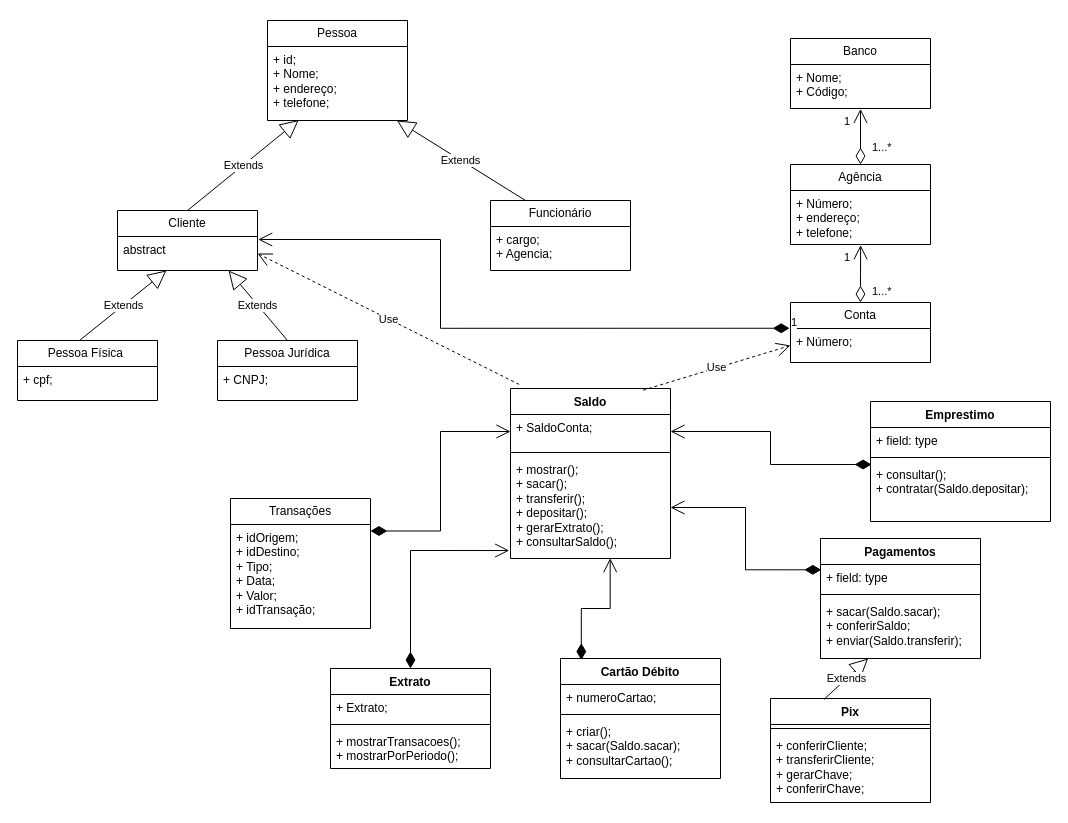
This is Scape-Bank-2.drawio from arianamesquita/scape-bank-2.0, a draw.io file, before an edit. Source tidied: cells renumbered, new cells numbered last; positions are measured from the earlier drawing's top-left corner, leaving out a move shared by most shapes. Both pictures are drawn from the tidied source at 100%, with x=0, y=0 at pixel (17, 20).
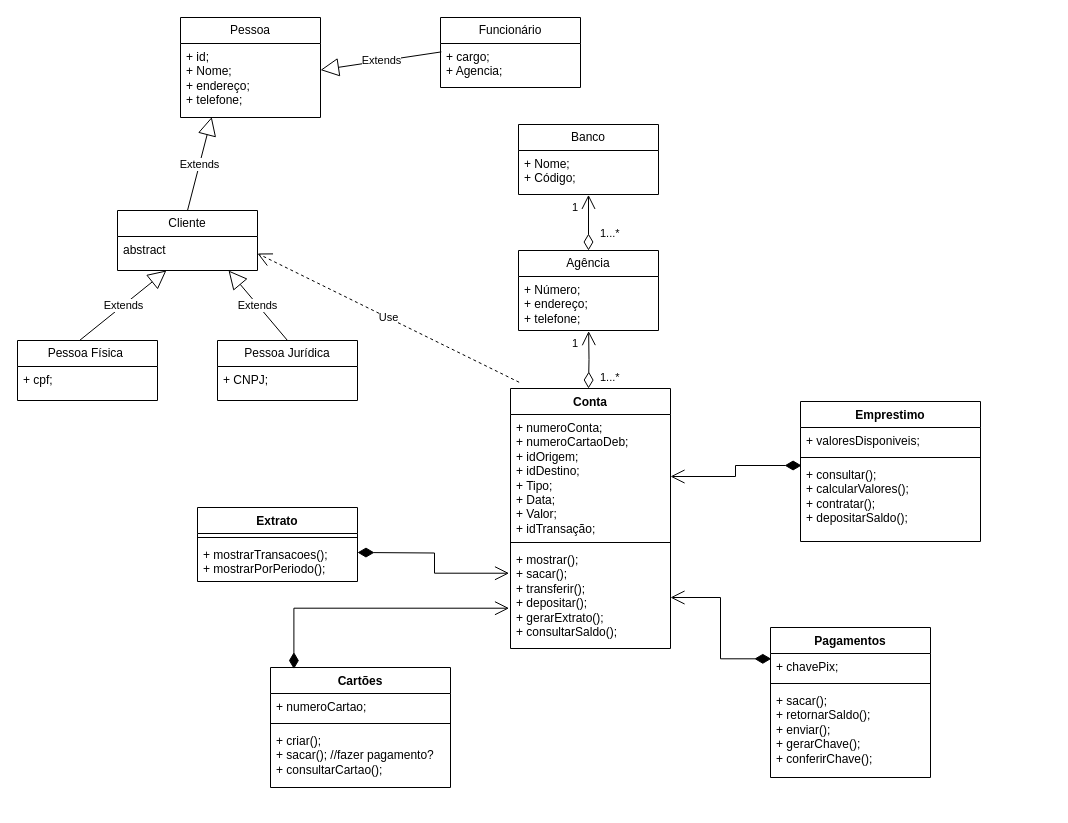
The same page after the edit.

Unchanged cells that the change refers to:
```xml
<mxCell id="3" value="+ id;&lt;br&gt;+ Nome;&lt;br&gt;+ endereço;&lt;br&gt;+ telefone;" style="text;strokeColor=none;fillColor=none;align=left;verticalAlign=top;spacingLeft=4;spacingRight=4;overflow=hidden;points=[[0,0.5],[1,0.5]];portConstraint=eastwest;whiteSpace=wrap;html=1;" parent="2" vertex="1">
  <mxGeometry y="26" width="140" height="74" as="geometry" />
</mxCell>
<mxCell id="5" value="abstract" style="text;strokeColor=none;fillColor=none;align=left;verticalAlign=top;spacingLeft=4;spacingRight=4;overflow=hidden;points=[[0,0.5],[1,0.5]];portConstraint=eastwest;whiteSpace=wrap;html=1;" parent="4" vertex="1">
  <mxGeometry y="26" width="140" height="34" as="geometry" />
</mxCell>
<mxCell id="11" value="+ cargo;&lt;br&gt;+ Agencia;" style="text;strokeColor=none;fillColor=none;align=left;verticalAlign=top;spacingLeft=4;spacingRight=4;overflow=hidden;points=[[0,0.5],[1,0.5]];portConstraint=eastwest;whiteSpace=wrap;html=1;" parent="10" vertex="1">
  <mxGeometry y="26" width="140" height="44" as="geometry" />
</mxCell>
<mxCell id="15" value="+ Número;&lt;br&gt;+ endereço;&lt;br&gt;+ telefone;" style="text;strokeColor=none;fillColor=none;align=left;verticalAlign=top;spacingLeft=4;spacingRight=4;overflow=hidden;points=[[0,0.5],[1,0.5]];portConstraint=eastwest;whiteSpace=wrap;html=1;" parent="14" vertex="1">
  <mxGeometry y="26" width="140" height="54" as="geometry" />
</mxCell>
```

What changed in the source:
```diff
@@
     <mxCell id="2" value="Pessoa" style="swimlane;fontStyle=0;horizontal=1;startSize=26;fillColor=none;whiteSpace=wrap;html=1;" parent="1" vertex="1">
-      <mxGeometry x="250" width="140" height="100" as="geometry" />
+      <mxGeometry x="163" y="-3" width="140" height="100" as="geometry" />
     </mxCell>
@@
     <mxCell id="10" value="Funcionário" style="swimlane;fontStyle=0;horizontal=1;startSize=26;fillColor=none;whiteSpace=wrap;html=1;" parent="1" vertex="1">
-      <mxGeometry x="473" y="180" width="140" height="70" as="geometry" />
+      <mxGeometry x="423" y="-3" width="140" height="70" as="geometry" />
     </mxCell>
@@
     <mxCell id="12" value="Banco" style="swimlane;fontStyle=0;horizontal=1;startSize=26;fillColor=none;whiteSpace=wrap;html=1;" parent="1" vertex="1">
-      <mxGeometry x="773" y="18" width="140" height="70" as="geometry" />
+      <mxGeometry x="501" y="104" width="140" height="70" as="geometry" />
     </mxCell>
@@
     <mxCell id="14" value="Agência" style="swimlane;fontStyle=0;horizontal=1;startSize=26;fillColor=none;whiteSpace=wrap;html=1;" parent="1" vertex="1">
-      <mxGeometry x="773" y="144" width="140" height="80" as="geometry" />
+      <mxGeometry x="501" y="230" width="140" height="80" as="geometry" />
     </mxCell>
@@
-    <mxCell id="16" value="Conta" style="swimlane;fontStyle=0;horizontal=1;startSize=26;fillColor=none;whiteSpace=wrap;html=1;" parent="1" vertex="1">
-      <mxGeometry x="773" y="282" width="140" height="60" as="geometry" />
-    </mxCell>
-    <mxCell id="17" value="+ Número;" style="text;strokeColor=none;fillColor=none;align=left;verticalAlign=top;spacingLeft=4;spacingRight=4;overflow=hidden;points=[[0,0.5],[1,0.5]];portConstraint=eastwest;whiteSpace=wrap;html=1;" parent="16" vertex="1">
-      <mxGeometry y="26" width="140" height="34" as="geometry" />
-    </mxCell>
-    <mxCell id="18" value="Transações" style="swimlane;fontStyle=0;horizontal=1;startSize=26;fillColor=none;whiteSpace=wrap;html=1;" parent="1" vertex="1">
-      <mxGeometry x="213" y="478" width="140" height="130" as="geometry" />
-    </mxCell>
-    <mxCell id="19" value="+ idOrigem;&lt;br&gt;+ idDestino;&lt;br&gt;+ Tipo;&lt;br&gt;+ Data;&lt;br&gt;+ Valor;&lt;br&gt;+ idTransação;" style="text;strokeColor=none;fillColor=none;align=left;verticalAlign=top;spacingLeft=4;spacingRight=4;overflow=hidden;whiteSpace=wrap;html=1;" parent="18" vertex="1">
-      <mxGeometry y="26" width="140" height="104" as="geometry" />
-    </mxCell>
@@
-    <mxCell id="23" value="Extends" style="endArrow=block;endSize=16;endFill=0;html=1;rounded=0;exitX=0.25;exitY=0;exitDx=0;exitDy=0;" parent="1" edge="1" source="10" target="3">
+    <mxCell id="23" value="Extends" style="endArrow=block;endSize=16;endFill=0;html=1;rounded=0;exitX=0.006;exitY=0.191;exitDx=0;exitDy=0;exitPerimeter=0;" parent="1" edge="1" source="11" target="3">
       <mxGeometry relative="1" as="geometry" />
     </mxCell>
@@
-    <mxCell id="27" style="endArrow=open;html=1;endSize=12;startArrow=diamondThin;startSize=14;startFill=0;edgeStyle=orthogonalEdgeStyle;rounded=0;exitX=0.5;exitY=0;exitDx=0;exitDy=0;entryX=0.501;entryY=1.011;entryDx=0;entryDy=0;entryPerimeter=0;" parent="1" edge="1" source="16" target="15">
-      <mxGeometry relative="1" as="geometry" />
+    <mxCell id="27" style="endArrow=open;html=1;endSize=12;startArrow=diamondThin;startSize=14;startFill=0;edgeStyle=orthogonalEdgeStyle;rounded=0;exitX=0.5;exitY=0;exitDx=0;exitDy=0;entryX=0.501;entryY=1.011;entryDx=0;entryDy=0;entryPerimeter=0;" parent="1" edge="1" target="15">
+      <mxGeometry relative="1" as="geometry">
+        <mxPoint x="571" y="368" as="sourcePoint" />
+      </mxGeometry>
     </mxCell>
@@
     <mxCell id="30" value="Extrato" style="swimlane;fontStyle=1;align=center;verticalAlign=top;horizontal=1;startSize=26;whiteSpace=wrap;html=1;" parent="1" vertex="1">
-      <mxGeometry x="313" y="648" width="160" height="100" as="geometry" />
+      <mxGeometry x="180" y="487" width="160" height="74" as="geometry" />
     </mxCell>
-    <mxCell id="31" value="+ Extrato;" style="text;strokeColor=none;fillColor=none;align=left;verticalAlign=top;spacingLeft=4;spacingRight=4;overflow=hidden;whiteSpace=wrap;html=1;" parent="30" vertex="1">
-      <mxGeometry y="26" width="160" height="26" as="geometry" />
-    </mxCell>
     <mxCell id="32" style="line;strokeWidth=1;fillColor=none;align=left;verticalAlign=middle;spacingTop=-1;spacingLeft=3;spacingRight=3;labelPosition=right;strokeColor=inherit;" parent="30" vertex="1">
-      <mxGeometry y="52" width="160" height="8" as="geometry" />
+      <mxGeometry y="26" width="160" height="8" as="geometry" />
     </mxCell>
     <mxCell id="33" value="+ mostrarTransacoes();&lt;br&gt;+ mostrarPorPeriodo();" style="text;strokeColor=none;fillColor=none;align=left;verticalAlign=top;spacingLeft=4;spacingRight=4;overflow=hidden;whiteSpace=wrap;html=1;" parent="30" vertex="1">
-      <mxGeometry y="60" width="160" height="40" as="geometry" />
+      <mxGeometry y="34" width="160" height="40" as="geometry" />
     </mxCell>
-    <mxCell id="34" value="Pix" style="swimlane;fontStyle=1;align=center;verticalAlign=top;horizontal=1;startSize=26;whiteSpace=wrap;html=1;" parent="1" vertex="1">
-      <mxGeometry x="753" y="678" width="160" height="104" as="geometry" />
-    </mxCell>
-    <mxCell id="35" style="line;strokeWidth=1;fillColor=none;align=left;verticalAlign=middle;spacingTop=-1;spacingLeft=3;spacingRight=3;labelPosition=right;strokeColor=inherit;" parent="34" vertex="1">
-      <mxGeometry y="26" width="160" height="8" as="geometry" />
-    </mxCell>
-    <mxCell id="36" value="+ conferirCliente;&lt;br&gt;+ transferirCliente;&lt;br&gt;+ gerarChave;&lt;br&gt;+ conferirChave;" style="text;strokeColor=none;fillColor=none;align=left;verticalAlign=top;spacingLeft=4;spacingRight=4;overflow=hidden;whiteSpace=wrap;html=1;" parent="34" vertex="1">
-      <mxGeometry y="34" width="160" height="70" as="geometry" />
-    </mxCell>
     <mxCell id="37" value="Emprestimo" style="swimlane;fontStyle=1;align=center;verticalAlign=top;horizontal=1;startSize=26;whiteSpace=wrap;html=1;" parent="1" vertex="1">
-      <mxGeometry x="853" y="381" width="180" height="120" as="geometry" />
+      <mxGeometry x="783" y="381" width="180" height="140" as="geometry" />
     </mxCell>
-    <mxCell id="38" value="+ field: type" style="text;strokeColor=none;fillColor=none;align=left;verticalAlign=top;spacingLeft=4;spacingRight=4;overflow=hidden;whiteSpace=wrap;html=1;" parent="37" vertex="1">
+    <mxCell id="38" value="+ valoresDisponiveis;" style="text;strokeColor=none;fillColor=none;align=left;verticalAlign=top;spacingLeft=4;spacingRight=4;overflow=hidden;whiteSpace=wrap;html=1;" parent="37" vertex="1">
       <mxGeometry y="26" width="180" height="26" as="geometry" />
     </mxCell>
@@
-    <mxCell id="40" value="+ consultar();&lt;br&gt;+ contratar(Saldo.depositar);" style="text;strokeColor=none;fillColor=none;align=left;verticalAlign=top;spacingLeft=4;spacingRight=4;overflow=hidden;points=[[0,0.5],[1,0.5]];portConstraint=eastwest;whiteSpace=wrap;html=1;" parent="37" vertex="1">
-      <mxGeometry y="60" width="180" height="60" as="geometry" />
+    <mxCell id="40" value="+ consultar();&lt;br&gt;+ calcularValores();&lt;br&gt;+ contratar();&lt;br&gt;+ depositarSaldo();" style="text;strokeColor=none;fillColor=none;align=left;verticalAlign=top;spacingLeft=4;spacingRight=4;overflow=hidden;points=[[0,0.5],[1,0.5]];portConstraint=eastwest;whiteSpace=wrap;html=1;" parent="37" vertex="1">
+      <mxGeometry y="60" width="180" height="80" as="geometry" />
     </mxCell>
     <mxCell id="41" value="Pagamentos" style="swimlane;fontStyle=1;align=center;verticalAlign=top;horizontal=1;startSize=26;whiteSpace=wrap;html=1;" parent="1" vertex="1">
-      <mxGeometry x="803" y="518" width="160" height="120" as="geometry" />
+      <mxGeometry x="753" y="607" width="160" height="150" as="geometry" />
     </mxCell>
-    <mxCell id="42" value="+ field: type" style="text;strokeColor=none;fillColor=none;align=left;verticalAlign=top;spacingLeft=4;spacingRight=4;overflow=hidden;points=[[0,0.5],[1,0.5]];portConstraint=eastwest;whiteSpace=wrap;html=1;" parent="41" vertex="1">
+    <mxCell id="42" value="+ chavePix;" style="text;strokeColor=none;fillColor=none;align=left;verticalAlign=top;spacingLeft=4;spacingRight=4;overflow=hidden;points=[[0,0.5],[1,0.5]];portConstraint=eastwest;whiteSpace=wrap;html=1;" parent="41" vertex="1">
       <mxGeometry y="26" width="160" height="26" as="geometry" />
     </mxCell>
@@
-    <mxCell id="44" value="+ sacar(Saldo.sacar);&lt;br&gt;+ conferirSaldo;&lt;br style=&quot;border-color: var(--border-color);&quot;&gt;+ enviar(Saldo.transferir);" style="text;strokeColor=none;fillColor=none;align=left;verticalAlign=top;spacingLeft=4;spacingRight=4;overflow=hidden;points=[[0,0.5],[1,0.5]];portConstraint=eastwest;whiteSpace=wrap;html=1;" parent="41" vertex="1">
-      <mxGeometry y="60" width="160" height="60" as="geometry" />
+    <mxCell id="44" value="+ sacar();&lt;br&gt;+ retornarSaldo();&lt;br style=&quot;border-color: var(--border-color);&quot;&gt;+ enviar();&lt;br&gt;+ gerarChave();&lt;br&gt;+ conferirChave();" style="text;strokeColor=none;fillColor=none;align=left;verticalAlign=top;spacingLeft=4;spacingRight=4;overflow=hidden;points=[[0,0.5],[1,0.5]];portConstraint=eastwest;whiteSpace=wrap;html=1;" parent="41" vertex="1">
+      <mxGeometry y="60" width="160" height="90" as="geometry" />
     </mxCell>
-    <mxCell id="45" value="Saldo" style="swimlane;fontStyle=1;align=center;verticalAlign=top;horizontal=1;startSize=26;whiteSpace=wrap;html=1;" parent="1" vertex="1">
-      <mxGeometry x="493" y="368" width="160" height="170" as="geometry" />
+    <mxCell id="45" value="Conta" style="swimlane;fontStyle=1;align=center;verticalAlign=top;horizontal=1;startSize=26;whiteSpace=wrap;html=1;" parent="1" vertex="1">
+      <mxGeometry x="493" y="368" width="160" height="260" as="geometry" />
     </mxCell>
-    <mxCell id="46" value="+ SaldoConta;" style="text;strokeColor=none;fillColor=none;align=left;verticalAlign=top;spacingLeft=4;spacingRight=4;overflow=hidden;points=[[0,0.5],[1,0.5]];portConstraint=eastwest;whiteSpace=wrap;html=1;" parent="45" vertex="1">
-      <mxGeometry y="26" width="160" height="34" as="geometry" />
+    <mxCell id="46" value="+ numeroConta;&lt;br&gt;+ numeroCartaoDeb;&lt;br&gt;+ idOrigem;&lt;br style=&quot;border-color: var(--border-color);&quot;&gt;+ idDestino;&lt;br style=&quot;border-color: var(--border-color);&quot;&gt;+ Tipo;&lt;br style=&quot;border-color: var(--border-color);&quot;&gt;+ Data;&lt;br style=&quot;border-color: var(--border-color);&quot;&gt;+ Valor;&lt;br style=&quot;border-color: var(--border-color);&quot;&gt;+ idTransação;" style="text;strokeColor=none;fillColor=none;align=left;verticalAlign=top;spacingLeft=4;spacingRight=4;overflow=hidden;points=[[0,0.5],[1,0.5]];portConstraint=eastwest;whiteSpace=wrap;html=1;" parent="45" vertex="1">
+      <mxGeometry y="26" width="160" height="124" as="geometry" />
     </mxCell>
     <mxCell id="47" style="line;strokeWidth=1;fillColor=none;align=left;verticalAlign=middle;spacingTop=-1;spacingLeft=3;spacingRight=3;labelPosition=right;strokeColor=inherit;" parent="45" vertex="1">
-      <mxGeometry y="60" width="160" height="8" as="geometry" />
+      <mxGeometry y="150" width="160" height="8" as="geometry" />
     </mxCell>
     <mxCell id="48" value="+ mostrar();&lt;br&gt;+ sacar();&lt;br&gt;+ transferir();&lt;br&gt;+ depositar();&lt;br&gt;+ gerarExtrato();&lt;br&gt;+ consultarSaldo();" style="text;strokeColor=none;fillColor=none;align=left;verticalAlign=top;spacingLeft=4;spacingRight=4;overflow=hidden;points=[[0,0.5],[1,0.5]];portConstraint=eastwest;whiteSpace=wrap;html=1;" parent="45" vertex="1">
-      <mxGeometry y="68" width="160" height="102" as="geometry" />
+      <mxGeometry y="158" width="160" height="102" as="geometry" />
     </mxCell>
-    <mxCell id="49" value="Cartão Débito" style="swimlane;fontStyle=1;align=center;verticalAlign=top;horizontal=1;startSize=26;whiteSpace=wrap;html=1;" parent="1" vertex="1">
-      <mxGeometry x="543" y="638" width="160" height="120" as="geometry" />
+    <mxCell id="49" value="Cartões" style="swimlane;fontStyle=1;align=center;verticalAlign=top;horizontal=1;startSize=26;whiteSpace=wrap;html=1;" parent="1" vertex="1">
+      <mxGeometry x="253" y="647" width="180" height="120" as="geometry" />
     </mxCell>
     <mxCell id="50" value="+ numeroCartao;" style="text;strokeColor=none;fillColor=none;align=left;verticalAlign=top;spacingLeft=4;spacingRight=4;overflow=hidden;whiteSpace=wrap;html=1;" parent="49" vertex="1">
-      <mxGeometry y="26" width="160" height="26" as="geometry" />
+      <mxGeometry y="26" width="180" height="26" as="geometry" />
     </mxCell>
     <mxCell id="51" style="line;strokeWidth=1;fillColor=none;align=left;verticalAlign=middle;spacingTop=-1;spacingLeft=3;spacingRight=3;labelPosition=right;strokeColor=inherit;" parent="49" vertex="1">
-      <mxGeometry y="52" width="160" height="8" as="geometry" />
+      <mxGeometry y="52" width="180" height="8" as="geometry" />
     </mxCell>
-    <mxCell id="52" value="+ criar();&lt;br&gt;+ sacar(Saldo.sacar);&lt;br&gt;+ consultarCartao();" style="text;strokeColor=none;fillColor=none;align=left;verticalAlign=top;spacingLeft=4;spacingRight=4;overflow=hidden;whiteSpace=wrap;html=1;" parent="49" vertex="1">
-      <mxGeometry y="60" width="160" height="60" as="geometry" />
+    <mxCell id="52" value="+ criar();&lt;br&gt;+ sacar(); //fazer pagamento?&lt;br&gt;+ consultarCartao();" style="text;strokeColor=none;fillColor=none;align=left;verticalAlign=top;spacingLeft=4;spacingRight=4;overflow=hidden;whiteSpace=wrap;html=1;" parent="49" vertex="1">
+      <mxGeometry y="60" width="180" height="60" as="geometry" />
     </mxCell>
-    <mxCell id="53" style="endArrow=open;html=1;endSize=12;startArrow=diamondThin;startSize=14;startFill=1;edgeStyle=orthogonalEdgeStyle;align=left;verticalAlign=bottom;rounded=0;exitX=0.5;exitY=0;exitDx=0;exitDy=0;entryX=-0.008;entryY=0.922;entryDx=0;entryDy=0;entryPerimeter=0;" parent="1" edge="1" source="30" target="48">
-      <mxGeometry x="-1" y="3" relative="1" as="geometry" />
+    <mxCell id="53" style="endArrow=open;html=1;endSize=12;startArrow=diamondThin;startSize=14;startFill=1;edgeStyle=orthogonalEdgeStyle;align=left;verticalAlign=bottom;rounded=0;exitX=1;exitY=0.731;exitDx=0;exitDy=0;entryX=-0.009;entryY=0.262;entryDx=0;entryDy=0;entryPerimeter=0;exitPerimeter=0;" parent="1" edge="1" target="48">
+      <mxGeometry x="-1" y="3" relative="1" as="geometry">
+        <mxPoint x="340" y="532" as="sourcePoint" />
+      </mxGeometry>
     </mxCell>
-    <mxCell id="54" style="endArrow=open;html=1;endSize=12;startArrow=diamondThin;startSize=14;startFill=1;edgeStyle=orthogonalEdgeStyle;align=left;verticalAlign=bottom;rounded=0;exitX=0.13;exitY=0.013;exitDx=0;exitDy=0;entryX=0.623;entryY=0.997;entryDx=0;entryDy=0;entryPerimeter=0;exitPerimeter=0;" parent="1" edge="1" source="49" target="48">
+    <mxCell id="54" style="endArrow=open;html=1;endSize=12;startArrow=diamondThin;startSize=14;startFill=1;edgeStyle=orthogonalEdgeStyle;align=left;verticalAlign=bottom;rounded=0;exitX=0.13;exitY=0.013;exitDx=0;exitDy=0;entryX=-0.009;entryY=0.605;entryDx=0;entryDy=0;entryPerimeter=0;exitPerimeter=0;" parent="1" edge="1" source="49" target="48">
       <mxGeometry x="-1" y="3" relative="1" as="geometry" />
     </mxCell>
@@
-    <mxCell id="57" style="endArrow=open;html=1;endSize=12;startArrow=diamondThin;startSize=14;startFill=1;edgeStyle=orthogonalEdgeStyle;align=left;verticalAlign=bottom;rounded=0;entryX=0;entryY=0.5;entryDx=0;entryDy=0;exitX=1;exitY=0.25;exitDx=0;exitDy=0;" parent="1" edge="1" source="18" target="46">
-      <mxGeometry x="-1" y="3" relative="1" as="geometry" />
-    </mxCell>
@@
-    <mxCell id="59" value="Use" style="endArrow=open;endSize=12;dashed=1;html=1;rounded=0;exitX=0.828;exitY=0.01;exitDx=0;exitDy=0;exitPerimeter=0;entryX=0;entryY=0.5;entryDx=0;entryDy=0;" parent="1" edge="1" source="45" target="17">
-      <mxGeometry relative="1" as="geometry" />
-    </mxCell>
-    <mxCell id="60" value="1" style="endArrow=open;html=1;endSize=12;startArrow=diamondThin;startSize=14;startFill=1;edgeStyle=orthogonalEdgeStyle;align=left;verticalAlign=bottom;rounded=0;exitX=-0.006;exitY=-0.007;exitDx=0;exitDy=0;exitPerimeter=0;entryX=1.005;entryY=0.088;entryDx=0;entryDy=0;entryPerimeter=0;" parent="1" edge="1" source="17" target="5">
-      <mxGeometry x="-1" y="3" relative="1" as="geometry">
-        <Array as="points">
-          <mxPoint x="423" y="308" />
-          <mxPoint x="423" y="219" />
-        </Array>
-      </mxGeometry>
-    </mxCell>
-    <mxCell id="61" value="Extends" style="endArrow=block;endSize=16;endFill=0;html=1;rounded=0;exitX=0.335;exitY=0.008;exitDx=0;exitDy=0;exitPerimeter=0;" parent="1" edge="1" source="34" target="44">
-      <mxGeometry relative="1" as="geometry" />
-    </mxCell>
```
